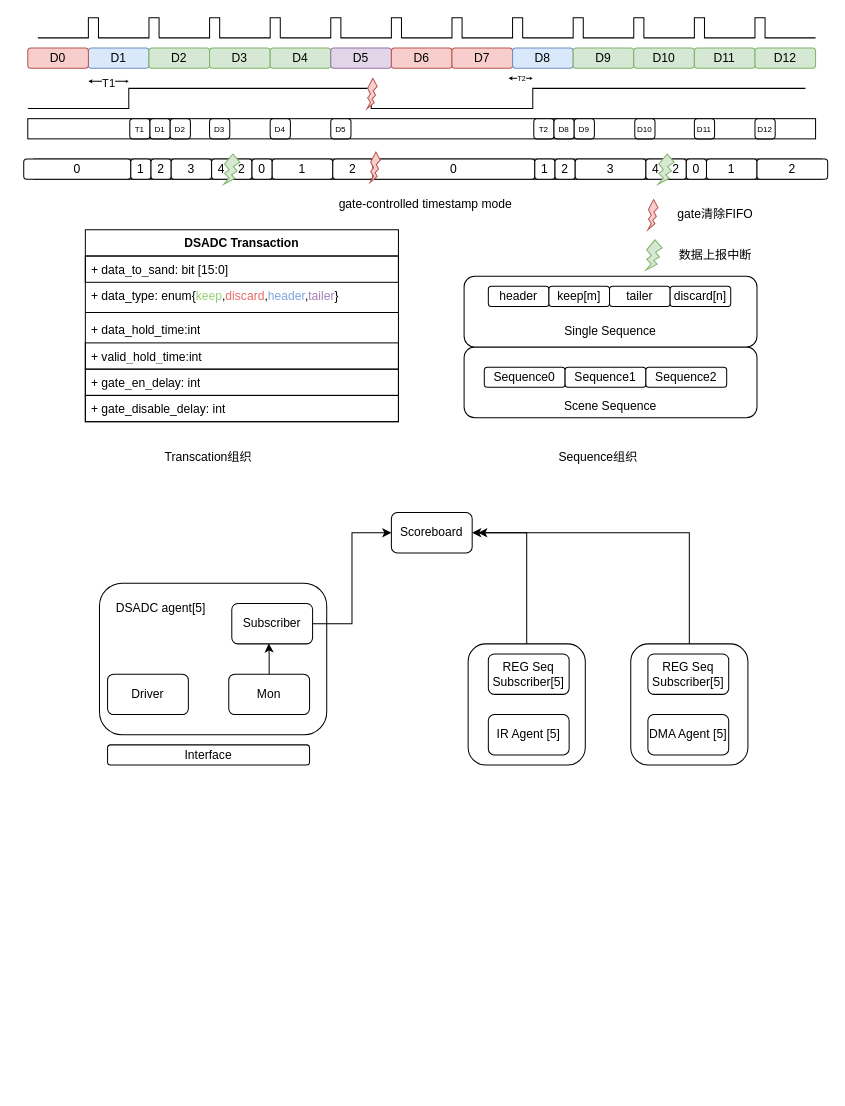
iceyxy/flow-chart-drawio keeps this draw.io diagram as page "环境架构与Tr" (2 of 2) of drawio/dsadc.drawio. Above is the earlier version. Source tidied: cells renumbered, new cells numbered last; positions are measured from the earlier drawing's top-left corner, leaving out a move shared by most shapes. Both pictures are drawn from the tidied source at 101%, with x=0, y=0 at pixel (23, 17).
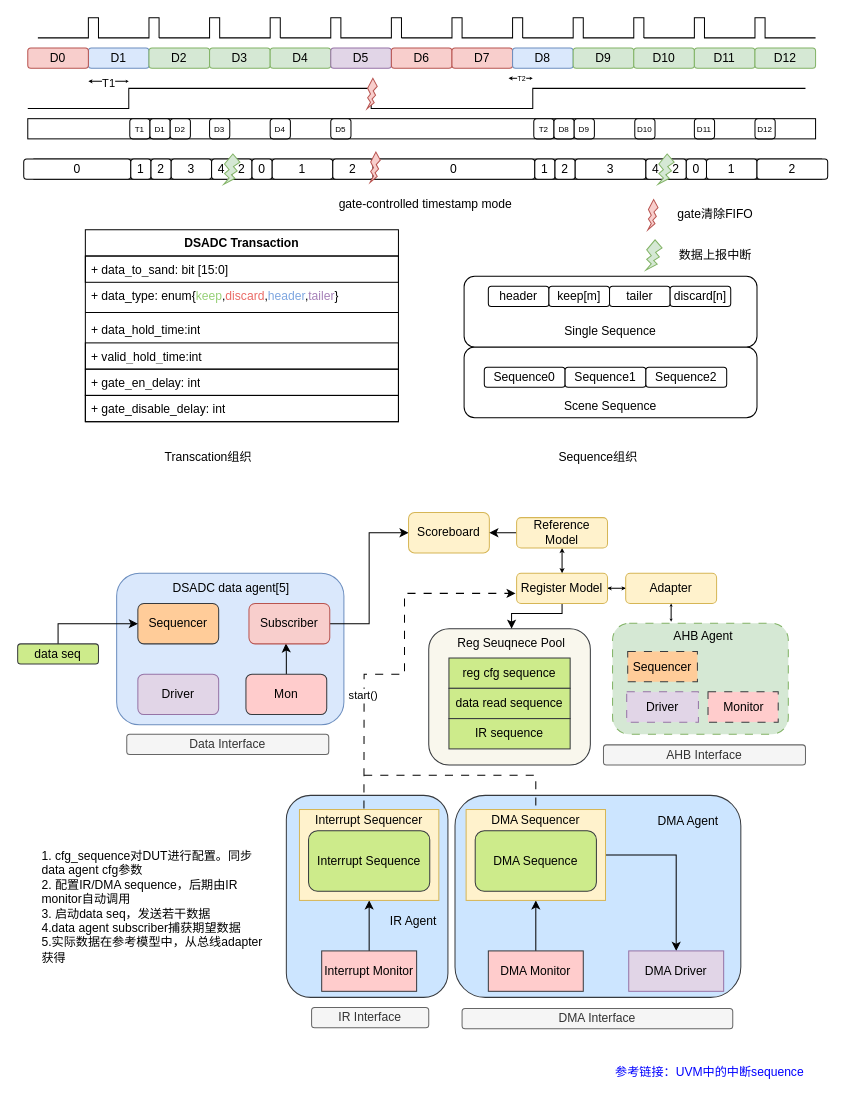
The same diagram, later.

The edit, as a diff of the source:
```diff
@@
+    <mxCell id="105" style="rounded=1;whiteSpace=wrap;html=1;fillColor=#cce5ff;strokeColor=#36393d;" parent="1" vertex="1">
+      <mxGeometry x="427" y="770" width="283" height="200" as="geometry" />
+    </mxCell>
+    <mxCell id="106" style="rounded=1;whiteSpace=wrap;html=1;fillColor=#cce5ff;strokeColor=#36393d;" parent="1" vertex="1">
+      <mxGeometry x="260" y="770" width="160" height="200" as="geometry" />
+    </mxCell>
+    <mxCell id="107" style="rounded=1;whiteSpace=wrap;html=1;fillColor=#d5e8d4;strokeColor=#82b366;dashed=1;dashPattern=8 8;" parent="1" vertex="1">
+      <mxGeometry x="583" y="599.5" width="174" height="110" as="geometry" />
+    </mxCell>
+    <mxCell id="108" style="rounded=1;whiteSpace=wrap;html=1;fillColor=#f9f7ed;strokeColor=#36393d;" parent="1" vertex="1">
+      <mxGeometry x="401" y="605" width="160" height="135" as="geometry" />
+    </mxCell>
-    <mxCell id="2" style="rounded=1;whiteSpace=wrap;html=1;" parent="1" vertex="1">
-      <mxGeometry x="75" y="560" width="225" height="150" as="geometry" />
+    <mxCell id="2" style="rounded=1;whiteSpace=wrap;html=1;fillColor=#dae8fc;strokeColor=#6c8ebf;" parent="1" vertex="1">
+      <mxGeometry x="92" y="550" width="225" height="150" as="geometry" />
     </mxCell>
-    <mxCell id="3" style="edgeStyle=orthogonalEdgeStyle;rounded=0;jettySize=auto;html=1;" parent="1" edge="1" source="4">
-      <mxGeometry relative="1" as="geometry">
-        <mxPoint x="450" y="510" as="targetPoint" />
-        <Array as="points">
-          <mxPoint x="659" y="510" />
-        </Array>
-      </mxGeometry>
-    </mxCell>
-    <mxCell id="4" style="rounded=1;whiteSpace=wrap;html=1;" parent="1" vertex="1">
-      <mxGeometry x="601" y="620" width="116" height="120" as="geometry" />
-    </mxCell>
-    <mxCell id="5" style="edgeStyle=orthogonalEdgeStyle;rounded=0;jettySize=auto;html=1;entryX=1;entryY=0.5;entryDx=0;entryDy=0;" parent="1" edge="1" source="6" target="99">
-      <mxGeometry relative="1" as="geometry" />
-    </mxCell>
-    <mxCell id="6" style="rounded=1;whiteSpace=wrap;html=1;" parent="1" vertex="1">
-      <mxGeometry x="440" y="620" width="116" height="120" as="geometry" />
-    </mxCell>
@@
-    <mxCell id="93" value="Driver" style="rounded=1;whiteSpace=wrap;html=1;" parent="1" vertex="1">
-      <mxGeometry x="83" y="650" width="80" height="40" as="geometry" />
+    <mxCell id="93" value="Driver" style="rounded=1;whiteSpace=wrap;html=1;fillColor=#e1d5e7;strokeColor=#9673a6;" parent="1" vertex="1">
+      <mxGeometry x="113" y="650" width="80" height="40" as="geometry" />
     </mxCell>
@@
-    <mxCell id="95" value="Mon" style="rounded=1;whiteSpace=wrap;html=1;" parent="1" vertex="1">
-      <mxGeometry x="203" y="650" width="80" height="40" as="geometry" />
+    <mxCell id="95" value="Mon" style="rounded=1;whiteSpace=wrap;html=1;fillColor=#ffcccc;strokeColor=#36393d;" parent="1" vertex="1">
+      <mxGeometry x="220" y="650" width="80" height="40" as="geometry" />
     </mxCell>
-    <mxCell id="96" value="Interface" style="rounded=1;whiteSpace=wrap;html=1;" parent="1" vertex="1">
-      <mxGeometry x="83" y="720" width="200" height="20" as="geometry" />
+    <mxCell id="96" value="Data Interface" style="rounded=1;whiteSpace=wrap;html=1;fillColor=#f5f5f5;strokeColor=#666666;fontColor=#333333;" parent="1" vertex="1">
+      <mxGeometry x="102" y="709.5" width="200" height="20" as="geometry" />
     </mxCell>
@@
-    <mxCell id="98" value="Subscriber" style="rounded=1;whiteSpace=wrap;html=1;" parent="1" vertex="1">
-      <mxGeometry x="206" y="580" width="80" height="40" as="geometry" />
+    <mxCell id="98" value="Subscriber" style="rounded=1;whiteSpace=wrap;html=1;fillColor=#f8cecc;strokeColor=#b85450;" parent="1" vertex="1">
+      <mxGeometry x="223" y="580" width="80" height="40" as="geometry" />
     </mxCell>
-    <mxCell id="99" value="Scoreboard" style="rounded=1;whiteSpace=wrap;html=1;" parent="1" vertex="1">
-      <mxGeometry x="364" y="490" width="80" height="40" as="geometry" />
+    <mxCell id="99" value="Scoreboard" style="rounded=1;whiteSpace=wrap;html=1;fillColor=#fff2cc;strokeColor=#d6b656;" parent="1" vertex="1">
+      <mxGeometry x="381" y="490" width="80" height="40" as="geometry" />
     </mxCell>
-    <mxCell id="100" value="IR Agent [5]" style="rounded=1;whiteSpace=wrap;html=1;" parent="1" vertex="1">
-      <mxGeometry x="460" y="690" width="80" height="40" as="geometry" />
-    </mxCell>
-    <mxCell id="101" value="REG Seq Subscriber[5]" style="rounded=1;whiteSpace=wrap;html=1;shadow=0;" parent="1" vertex="1">
-      <mxGeometry x="460" y="630" width="80" height="40" as="geometry" />
-    </mxCell>
-    <mxCell id="102" value="DMA Agent [5]" style="rounded=1;whiteSpace=wrap;html=1;" parent="1" vertex="1">
-      <mxGeometry x="618" y="690" width="80" height="40" as="geometry" />
-    </mxCell>
-    <mxCell id="103" value="REG Seq Subscriber[5]" style="rounded=1;whiteSpace=wrap;html=1;" parent="1" vertex="1">
-      <mxGeometry x="618" y="630" width="80" height="40" as="geometry" />
-    </mxCell>
-    <mxCell id="104" value="DSADC agent[5]" style="text;strokeColor=none;align=center;fillColor=none;html=1;verticalAlign=middle;whiteSpace=wrap;rounded=0;" parent="1" vertex="1">
-      <mxGeometry x="81" y="570" width="110" height="30" as="geometry" />
+    <mxCell id="104" value="DSADC data agent[5]" style="text;strokeColor=none;align=center;fillColor=none;html=1;verticalAlign=middle;whiteSpace=wrap;rounded=0;" parent="1" vertex="1">
+      <mxGeometry x="127" y="550" width="157" height="30" as="geometry" />
     </mxCell>
+    <mxCell id="109" style="edgeStyle=orthogonalEdgeStyle;rounded=0;jettySize=auto;html=1;entryX=0.5;entryY=1;entryDx=0;entryDy=0;" parent="1" edge="1" source="110" target="111">
+      <mxGeometry relative="1" as="geometry" />
+    </mxCell>
+    <mxCell id="110" value="Interrupt Monitor" style="rounded=0;whiteSpace=wrap;html=1;fillColor=#ffcccc;strokeColor=#36393d;" parent="1" vertex="1">
+      <mxGeometry x="295" y="924" width="94" height="40" as="geometry" />
+    </mxCell>
+    <mxCell id="111" style="rounded=0;whiteSpace=wrap;html=1;fillColor=#fff2cc;strokeColor=#d6b656;" parent="1" vertex="1">
+      <mxGeometry x="273" y="784" width="138" height="90" as="geometry" />
+    </mxCell>
+    <mxCell id="112" value="Interrupt Sequence" style="rounded=1;whiteSpace=wrap;html=1;fillColor=#cdeb8b;strokeColor=#36393d;" parent="1" vertex="1">
+      <mxGeometry x="282" y="805" width="120" height="60" as="geometry" />
+    </mxCell>
+    <mxCell id="113" value="Interrupt Sequencer" style="text;strokeColor=none;align=center;fillColor=none;html=1;verticalAlign=middle;whiteSpace=wrap;rounded=0;" parent="1" vertex="1">
+      <mxGeometry x="282" y="780" width="120" height="30" as="geometry" />
+    </mxCell>
+    <mxCell id="114" value="Sequencer" style="rounded=0;whiteSpace=wrap;html=1;dashed=1;dashPattern=8 8;fillColor=#ffcc99;strokeColor=#36393d;" parent="1" vertex="1">
+      <mxGeometry x="598" y="627.5" width="69" height="30" as="geometry" />
+    </mxCell>
+    <mxCell id="115" value="Driver" style="rounded=0;whiteSpace=wrap;html=1;fillColor=#e1d5e7;strokeColor=#9673a6;dashed=1;dashPattern=8 8;" parent="1" vertex="1">
+      <mxGeometry x="597" y="667.5" width="71" height="30" as="geometry" />
+    </mxCell>
+    <mxCell id="116" value="Monitor" style="rounded=0;whiteSpace=wrap;html=1;dashed=1;dashPattern=8 8;fillColor=#ffcccc;strokeColor=#36393d;" parent="1" vertex="1">
+      <mxGeometry x="677.5" y="667.5" width="69.5" height="30" as="geometry" />
+    </mxCell>
+    <mxCell id="117" value="reg cfg sequence" style="rounded=0;whiteSpace=wrap;html=1;fillColor=#cdeb8b;strokeColor=#36393d;" parent="1" vertex="1">
+      <mxGeometry x="421" y="634" width="120" height="30" as="geometry" />
+    </mxCell>
+    <mxCell id="118" value="data read sequence" style="rounded=0;whiteSpace=wrap;html=1;fillColor=#cdeb8b;strokeColor=#36393d;" parent="1" vertex="1">
+      <mxGeometry x="421" y="664" width="120" height="30" as="geometry" />
+    </mxCell>
+    <mxCell id="119" value="IR sequence" style="rounded=0;whiteSpace=wrap;html=1;fillColor=#cdeb8b;strokeColor=#36393d;" parent="1" vertex="1">
+      <mxGeometry x="421" y="694" width="120" height="30" as="geometry" />
+    </mxCell>
+    <mxCell id="120" value="Reg Seuqnece Pool" style="text;strokeColor=none;align=center;fillColor=none;html=1;verticalAlign=middle;whiteSpace=wrap;rounded=0;" parent="1" vertex="1">
+      <mxGeometry x="408" y="605" width="150" height="30" as="geometry" />
+    </mxCell>
+    <mxCell id="121" value="IR Interface" style="rounded=1;whiteSpace=wrap;html=1;fillColor=#f5f5f5;fontColor=#333333;strokeColor=#666666;" parent="1" vertex="1">
+      <mxGeometry x="285" y="980" width="116" height="20" as="geometry" />
+    </mxCell>
+    <mxCell id="122" value="AHB Interface" style="rounded=1;whiteSpace=wrap;html=1;fillColor=#f5f5f5;fontColor=#333333;strokeColor=#666666;" parent="1" vertex="1">
+      <mxGeometry x="574" y="720" width="200" height="20" as="geometry" />
+    </mxCell>
+    <mxCell id="123" style="edgeStyle=orthogonalEdgeStyle;rounded=0;jettySize=auto;html=1;entryX=0.5;entryY=1;entryDx=0;entryDy=0;" parent="1" edge="1" source="124" target="126">
+      <mxGeometry relative="1" as="geometry" />
+    </mxCell>
+    <mxCell id="124" value="DMA Monitor" style="rounded=0;whiteSpace=wrap;html=1;fillColor=#ffcccc;strokeColor=#36393d;" parent="1" vertex="1">
+      <mxGeometry x="460" y="924" width="94" height="40" as="geometry" />
+    </mxCell>
+    <mxCell id="125" style="edgeStyle=orthogonalEdgeStyle;rounded=0;jettySize=auto;html=1;entryX=0.5;entryY=0;entryDx=0;entryDy=0;" parent="1" edge="1" source="126" target="130">
+      <mxGeometry relative="1" as="geometry" />
+    </mxCell>
+    <mxCell id="126" style="rounded=0;whiteSpace=wrap;html=1;fillColor=#fff2cc;strokeColor=#d6b656;" parent="1" vertex="1">
+      <mxGeometry x="438" y="784" width="138" height="90" as="geometry" />
+    </mxCell>
+    <mxCell id="127" value="DMA Sequence" style="rounded=1;whiteSpace=wrap;html=1;fillColor=#cdeb8b;strokeColor=#36393d;" parent="1" vertex="1">
+      <mxGeometry x="447" y="805" width="120" height="60" as="geometry" />
+    </mxCell>
+    <mxCell id="128" value="DMA Sequencer" style="text;strokeColor=none;align=center;fillColor=none;html=1;verticalAlign=middle;whiteSpace=wrap;rounded=0;" parent="1" vertex="1">
+      <mxGeometry x="447" y="780" width="120" height="30" as="geometry" />
+    </mxCell>
+    <mxCell id="129" value="DMA Interface" style="rounded=1;whiteSpace=wrap;html=1;fillColor=#f5f5f5;fontColor=#333333;strokeColor=#666666;" parent="1" vertex="1">
+      <mxGeometry x="434" y="981" width="268" height="20" as="geometry" />
+    </mxCell>
+    <mxCell id="130" value="DMA Driver" style="rounded=0;whiteSpace=wrap;html=1;fillColor=#e1d5e7;strokeColor=#9673a6;" parent="1" vertex="1">
+      <mxGeometry x="599" y="924" width="94" height="40" as="geometry" />
+    </mxCell>
+    <mxCell id="131" value="AHB Agent" style="text;strokeColor=none;align=center;fillColor=none;html=1;verticalAlign=middle;whiteSpace=wrap;rounded=0;" parent="1" vertex="1">
+      <mxGeometry x="628" y="597.5" width="90" height="30" as="geometry" />
+    </mxCell>
+    <mxCell id="132" style="edgeStyle=orthogonalEdgeStyle;rounded=0;jettySize=auto;html=1;entryX=0;entryY=0.5;entryDx=0;entryDy=0;startSize=1;endSize=1;startArrow=classic;startFill=1;" parent="1" edge="1" source="134" target="135">
+      <mxGeometry relative="1" as="geometry" />
+    </mxCell>
+    <mxCell id="133" style="edgeStyle=orthogonalEdgeStyle;rounded=0;jettySize=auto;html=1;entryX=0.5;entryY=0;entryDx=0;entryDy=0;" parent="1" edge="1" source="134" target="120">
+      <mxGeometry relative="1" as="geometry">
+        <Array as="points">
+          <mxPoint x="533" y="590" />
+          <mxPoint x="483" y="590" />
+        </Array>
+      </mxGeometry>
+    </mxCell>
+    <mxCell id="134" value="Register Model" style="rounded=1;whiteSpace=wrap;html=1;fillColor=#fff2cc;strokeColor=#d6b656;" parent="1" vertex="1">
+      <mxGeometry x="488" y="550" width="90" height="30" as="geometry" />
+    </mxCell>
+    <mxCell id="135" value="Adapter" style="rounded=1;whiteSpace=wrap;html=1;fillColor=#fff2cc;strokeColor=#d6b656;" parent="1" vertex="1">
+      <mxGeometry x="596" y="550" width="90" height="30" as="geometry" />
+    </mxCell>
+    <mxCell id="136" style="endArrow=classic;html=1;rounded=0;exitX=0.144;exitY=0.02;exitDx=0;exitDy=0;exitPerimeter=0;entryX=0.5;entryY=1;entryDx=0;entryDy=0;startArrow=classic;startFill=1;endFill=1;startSize=0;endSize=0;" parent="1" edge="1" source="131" target="135">
+      <mxGeometry relative="1" as="geometry" />
+    </mxCell>
+    <mxCell id="137" style="endArrow=classic;html=1;rounded=0;exitX=0.457;exitY=0.103;exitDx=0;exitDy=0;exitPerimeter=0;dashed=1;dashPattern=8 8;" parent="1" edge="1" source="113">
+      <mxGeometry relative="1" as="geometry">
+        <mxPoint x="487" y="570" as="targetPoint" />
+        <Array as="points">
+          <mxPoint x="337" y="650" />
+          <mxPoint x="377" y="650" />
+          <mxPoint x="377" y="570" />
+        </Array>
+      </mxGeometry>
+    </mxCell>
+    <mxCell id="138" value="start()" style="edgeLabel;html=1;align=center;verticalAlign=middle;" parent="137" vertex="1">
+      <mxGeometry x="-0.38" y="1" relative="1" as="geometry" />
+    </mxCell>
+    <mxCell id="139" style="endArrow=none;html=1;rounded=0;exitX=0.5;exitY=0;exitDx=0;exitDy=0;endFill=0;dashed=1;dashPattern=8 8;" parent="1" edge="1" source="128">
+      <mxGeometry relative="1" as="geometry">
+        <mxPoint x="337" y="750" as="targetPoint" />
+        <Array as="points">
+          <mxPoint x="507" y="750" />
+        </Array>
+      </mxGeometry>
+    </mxCell>
+    <mxCell id="140" style="edgeStyle=orthogonalEdgeStyle;rounded=0;jettySize=auto;html=1;entryX=1;entryY=0.5;entryDx=0;entryDy=0;" parent="1" edge="1" source="142" target="99">
+      <mxGeometry relative="1" as="geometry" />
+    </mxCell>
+    <mxCell id="141" style="edgeStyle=orthogonalEdgeStyle;rounded=0;jettySize=auto;html=1;entryX=0.5;entryY=0;entryDx=0;entryDy=0;startArrow=classic;startFill=1;startSize=2;endSize=2;" parent="1" edge="1" source="142" target="134">
+      <mxGeometry relative="1" as="geometry" />
+    </mxCell>
+    <mxCell id="142" value="Reference Model" style="rounded=1;whiteSpace=wrap;html=1;fillColor=#fff2cc;strokeColor=#d6b656;" parent="1" vertex="1">
+      <mxGeometry x="488" y="495" width="90" height="30" as="geometry" />
+    </mxCell>
+    <mxCell id="143" value="Sequencer" style="rounded=1;whiteSpace=wrap;html=1;fillColor=#ffcc99;strokeColor=#36393d;" parent="1" vertex="1">
+      <mxGeometry x="113" y="580" width="80" height="40" as="geometry" />
+    </mxCell>
+    <mxCell id="144" style="edgeStyle=orthogonalEdgeStyle;rounded=0;jettySize=auto;html=1;entryX=0;entryY=0.5;entryDx=0;entryDy=0;exitX=0.5;exitY=0;exitDx=0;exitDy=0;" parent="1" edge="1" source="145" target="143">
+      <mxGeometry relative="1" as="geometry" />
+    </mxCell>
+    <mxCell id="145" value="data seq" style="rounded=1;whiteSpace=wrap;html=1;fillColor=#cdeb8b;strokeColor=#36393d;" parent="1" vertex="1">
+      <mxGeometry x="-6" y="620" width="80" height="20" as="geometry" />
+    </mxCell>
+    <mxCell id="146" value="&lt;div align=&quot;left&quot;&gt;1. cfg_sequence对DUT进行配置。同步data agent cfg参数&lt;/div&gt;&lt;div align=&quot;left&quot;&gt;2. 配置IR/DMA sequence，后期由IR monitor自动调用&lt;/div&gt;&lt;div align=&quot;left&quot;&gt;3. 启动data seq，发送若干数据&lt;/div&gt;&lt;div align=&quot;left&quot;&gt;4.data agent subscriber捕获期望数据&lt;/div&gt;&lt;div align=&quot;left&quot;&gt;5.实际数据在参考模型中，从总线adapter获得&lt;/div&gt;" style="text;strokeColor=none;align=left;fillColor=none;html=1;verticalAlign=middle;whiteSpace=wrap;rounded=0;" parent="1" vertex="1">
+      <mxGeometry x="16" y="865" width="230" height="30" as="geometry" />
+    </mxCell>
+    <mxCell id="147" value="DMA Agent" style="text;strokeColor=none;align=center;fillColor=none;html=1;verticalAlign=middle;whiteSpace=wrap;rounded=0;" parent="1" vertex="1">
+      <mxGeometry x="616" y="781" width="84" height="30" as="geometry" />
+    </mxCell>
+    <mxCell id="148" value="IR Agent" style="text;strokeColor=none;align=center;fillColor=none;html=1;verticalAlign=middle;whiteSpace=wrap;rounded=0;" parent="1" vertex="1">
+      <mxGeometry x="351" y="880" width="70" height="30" as="geometry" />
+    </mxCell>
+    <mxCell id="149" value="参考链接：UVM中的中断sequence" style="text;whiteSpace=wrap;fontColor=#0000FF;" parent="1" vertex="1">
+      <mxGeometry x="584" y="1030" width="190" height="30" as="geometry" />
+    </mxCell>
```
